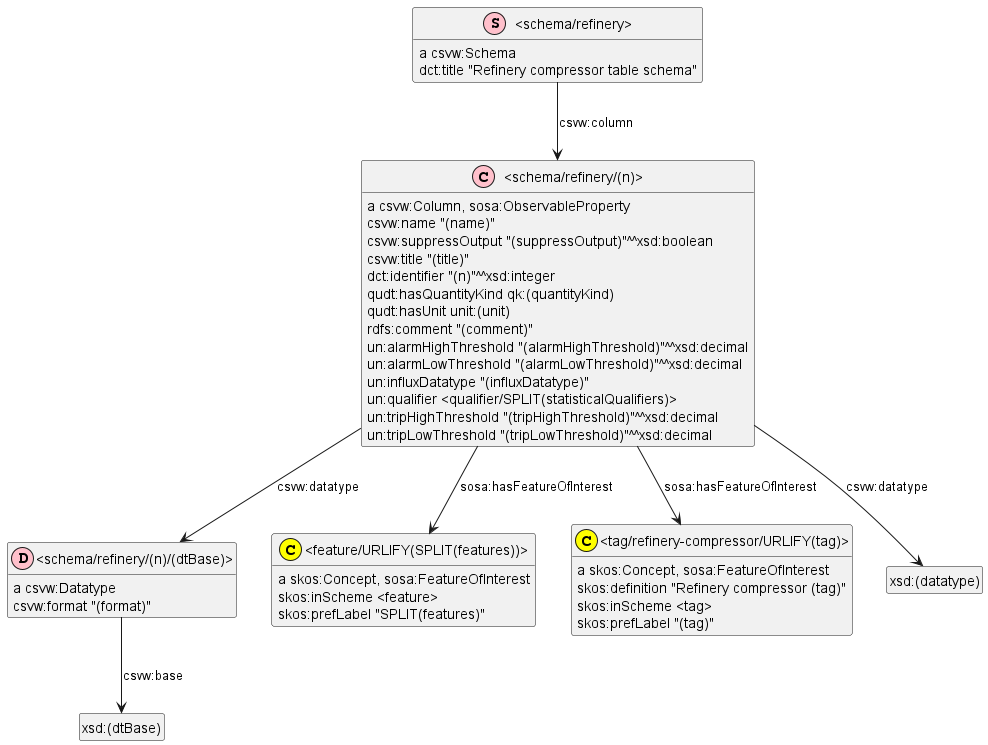
Above: schema-refinery.png in underpin-project/model (PlantUML), before the change.
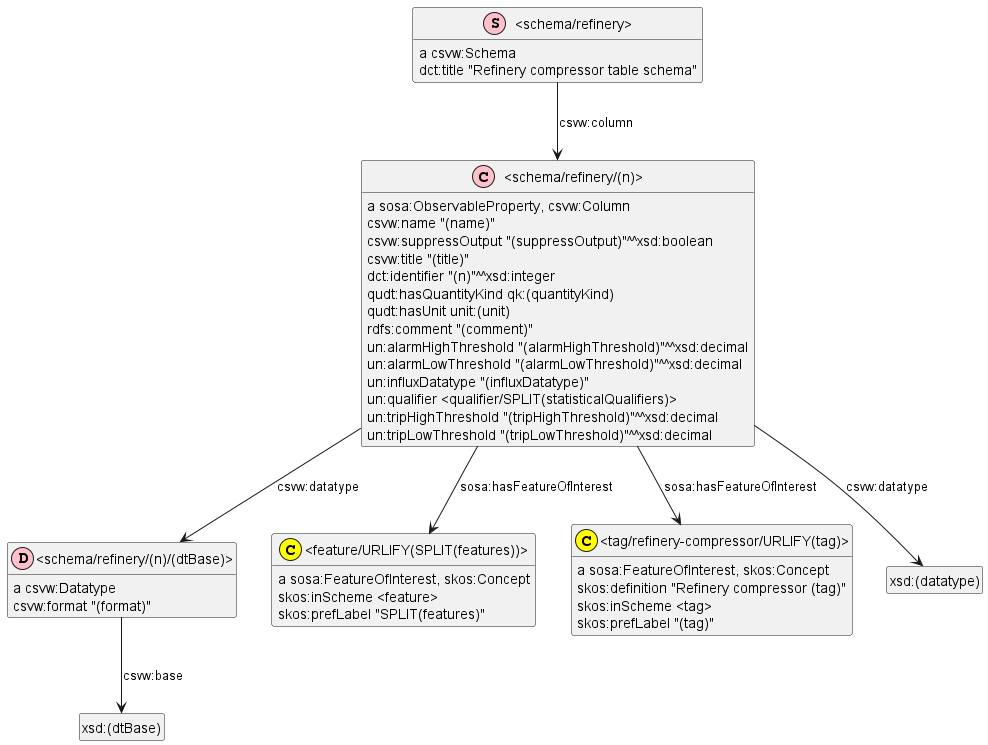
Above is the later version.

Diff of the diagram source:
```diff
@@ -17,15 +17,20 @@
 class _tag_refinery_compressor_URLIFY_tag_ as "<tag/refinery-compressor/URLIFY(tag)>"
 class _tag_refinery_compressor_URLIFY_tag_ <<(C,yellow)>>
 show _tag_refinery_compressor_URLIFY_tag_ circle
-_schema_refinery_ : {field} a csvw:Schema
-_schema_refinery_ -down-> _schema_refinery_n_ : csvw:column
-_schema_refinery_ : {field} dct:title "Refinery compressor table schema"
-_schema_refinery_n_ : {field} a csvw:Column, sosa:ObservableProperty
+_tag_refinery_compressor_URLIFY_tag_ : {field} a sosa:FeatureOfInterest, skos:Concept
+_tag_refinery_compressor_URLIFY_tag_ : {field} skos:definition "Refinery compressor (tag)"
+_tag_refinery_compressor_URLIFY_tag_ : {field} skos:inScheme <tag>
+_tag_refinery_compressor_URLIFY_tag_ : {field} skos:prefLabel "(tag)"
+_schema_refinery_n_dtBase_ : {field} a csvw:Datatype
+class xsd_dtBase_ as "xsd:(dtBase)"
+_schema_refinery_n_dtBase_ -down-> xsd_dtBase_ : csvw:base
+_schema_refinery_n_dtBase_ : {field} csvw:format "(format)"
+_schema_refinery_n_ : {field} a sosa:ObservableProperty, csvw:Column
+_schema_refinery_n_ -down-> _feature_URLIFY_SPLIT_features_ : sosa:hasFeatureOfInterest
+_schema_refinery_n_ -down-> _schema_refinery_n_dtBase_ : csvw:datatype
+_schema_refinery_n_ -down-> _tag_refinery_compressor_URLIFY_tag_ : sosa:hasFeatureOfInterest
 class xsd_datatype_ as "xsd:(datatype)"
 _schema_refinery_n_ -down-> xsd_datatype_ : csvw:datatype
-_schema_refinery_n_ -down-> _tag_refinery_compressor_URLIFY_tag_ : sosa:hasFeatureOfInterest
-_schema_refinery_n_ -down-> _feature_URLIFY_SPLIT_features_ : sosa:hasFeatureOfInterest
-_schema_refinery_n_ -down-> _schema_refinery_n_dtBase_ : csvw:datatype
 _schema_refinery_n_ : {field} csvw:name "(name)"
 _schema_refinery_n_ : {field} csvw:suppressOutput "(suppressOutput)"^^xsd:boolean
 _schema_refinery_n_ : {field} csvw:title "(title)"
@@ -39,15 +44,10 @@
 _schema_refinery_n_ : {field} un:qualifier <qualifier/SPLIT(statisticalQualifiers)>
 _schema_refinery_n_ : {field} un:tripHighThreshold "(tripHighThreshold)"^^xsd:decimal
 _schema_refinery_n_ : {field} un:tripLowThreshold "(tripLowThreshold)"^^xsd:decimal
-_schema_refinery_n_dtBase_ : {field} a csvw:Datatype
-class xsd_dtBase_ as "xsd:(dtBase)"
-_schema_refinery_n_dtBase_ -down-> xsd_dtBase_ : csvw:base
-_schema_refinery_n_dtBase_ : {field} csvw:format "(format)"
-_feature_URLIFY_SPLIT_features_ : {field} a skos:Concept, sosa:FeatureOfInterest
+_schema_refinery_ : {field} a csvw:Schema
+_schema_refinery_ -down-> _schema_refinery_n_ : csvw:column
+_schema_refinery_ : {field} dct:title "Refinery compressor table schema"
+_feature_URLIFY_SPLIT_features_ : {field} a sosa:FeatureOfInterest, skos:Concept
 _feature_URLIFY_SPLIT_features_ : {field} skos:inScheme <feature>
 _feature_URLIFY_SPLIT_features_ : {field} skos:prefLabel "SPLIT(features)"
-_tag_refinery_compressor_URLIFY_tag_ : {field} a skos:Concept, sosa:FeatureOfInterest
-_tag_refinery_compressor_URLIFY_tag_ : {field} skos:definition "Refinery compressor (tag)"
-_tag_refinery_compressor_URLIFY_tag_ : {field} skos:inScheme <tag>
-_tag_refinery_compressor_URLIFY_tag_ : {field} skos:prefLabel "(tag)"
 @enduml
```
